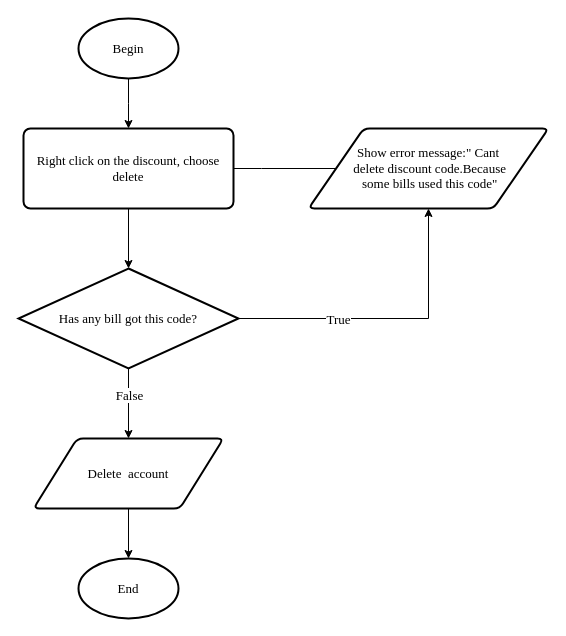
This is page "Delete Code" (2 of 5) of document/diagram/flowchart.drawio from daomtthuan/do-an, a draw.io file, before an edit. Source tidied: cells renumbered, new cells numbered last; positions are measured from the earlier drawing's top-left corner, leaving out a move shared by most shapes. Both pictures are drawn from the tidied source at 100%, with x=0, y=0 at pixel (18, 18).
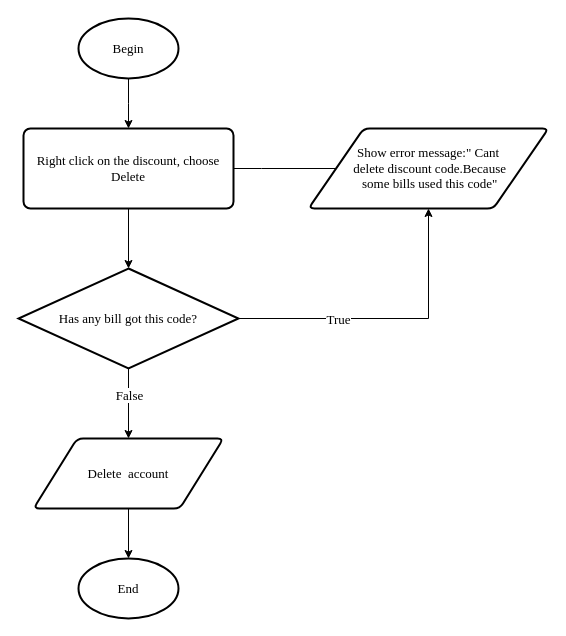
The same page after the edit.

Diff of the diagram source:
```diff
@@
 <mxGraphModel>
   <root>
     <mxCell id="0" />
     <mxCell id="1" parent="0" />
     <mxCell id="2" style="edgeStyle=orthogonalEdgeStyle;rounded=0;jettySize=auto;html=1;exitX=0.5;exitY=1;exitDx=0;exitDy=0;exitPerimeter=0;entryX=0.5;entryY=0;entryDx=0;entryDy=0;fontFamily=Times New Roman;fontSize=13;" parent="1" edge="1" source="3">
       <mxGeometry relative="1" as="geometry">
         <mxPoint x="110" y="110" as="targetPoint" />
       </mxGeometry>
     </mxCell>
     <mxCell id="3" value="Begin" style="strokeWidth=2;html=1;shape=mxgraph.flowchart.start_1;whiteSpace=wrap;fontFamily=Times New Roman;fontSize=13;" parent="1" vertex="1">
       <mxGeometry x="60" width="100" height="60" as="geometry" />
     </mxCell>
     <mxCell id="4" style="edgeStyle=orthogonalEdgeStyle;rounded=0;jettySize=auto;html=1;exitX=0.5;exitY=1;exitDx=0;exitDy=0;fontFamily=Times New Roman;fontSize=13;" parent="1" edge="1" source="15" target="14">
       <mxGeometry relative="1" as="geometry" />
     </mxCell>
     <mxCell id="5" style="edgeStyle=orthogonalEdgeStyle;rounded=0;jettySize=auto;html=1;exitX=0.5;exitY=1;exitDx=0;exitDy=0;entryX=0.5;entryY=0;entryDx=0;entryDy=0;entryPerimeter=0;fontFamily=Times New Roman;fontSize=13;" parent="1" edge="1" source="6" target="9">
       <mxGeometry relative="1" as="geometry" />
     </mxCell>
     <mxCell id="6" value="Delete&amp;nbsp; account" style="shape=parallelogram;html=1;strokeWidth=2;perimeter=parallelogramPerimeter;whiteSpace=wrap;rounded=1;arcSize=12;size=0.23;fontFamily=Times New Roman;fontSize=13;" parent="1" vertex="1">
       <mxGeometry x="15" y="420" width="190" height="70" as="geometry" />
     </mxCell>
     <mxCell id="7" style="edgeStyle=orthogonalEdgeStyle;rounded=0;jettySize=auto;html=1;exitX=0;exitY=0.5;exitDx=0;exitDy=0;entryX=1;entryY=0.5;entryDx=0;entryDy=0;fontFamily=Times New Roman;fontSize=13;" parent="1" edge="1" source="8">
       <mxGeometry relative="1" as="geometry">
         <mxPoint x="195" y="150" as="targetPoint" />
       </mxGeometry>
     </mxCell>
     <mxCell id="8" value="Show error message:&quot; Cant&lt;br&gt;&amp;nbsp;delete&amp;nbsp;discount code.Because&lt;br&gt;&amp;nbsp;some&amp;nbsp;bills used this code&quot;" style="shape=parallelogram;html=1;strokeWidth=2;perimeter=parallelogramPerimeter;whiteSpace=wrap;rounded=1;arcSize=12;size=0.23;fontFamily=Times New Roman;fontSize=13;" parent="1" vertex="1">
       <mxGeometry x="290" y="110" width="240" height="80" as="geometry" />
     </mxCell>
     <mxCell id="9" value="End" style="strokeWidth=2;html=1;shape=mxgraph.flowchart.start_1;whiteSpace=wrap;fontFamily=Times New Roman;fontSize=13;" parent="1" vertex="1">
       <mxGeometry x="60" y="540" width="100" height="60" as="geometry" />
     </mxCell>
     <mxCell id="10" style="edgeStyle=orthogonalEdgeStyle;rounded=0;jettySize=auto;html=1;fontFamily=Times New Roman;fontSize=13;entryX=0.5;entryY=0;entryDx=0;entryDy=0;" parent="1" edge="1" source="14" target="6">
       <mxGeometry relative="1" as="geometry" />
     </mxCell>
     <mxCell id="11" value="False" style="text;html=1;align=center;verticalAlign=middle;labelBackgroundColor=#ffffff;fontSize=13;fontFamily=Times New Roman;" parent="10" vertex="1">
       <mxGeometry x="-0.27" relative="1" as="geometry" />
     </mxCell>
     <mxCell id="12" style="edgeStyle=orthogonalEdgeStyle;rounded=0;jettySize=auto;html=1;exitX=1;exitY=0.5;exitDx=0;exitDy=0;exitPerimeter=0;entryX=0.5;entryY=1;entryDx=0;entryDy=0;fontFamily=Times New Roman;fontSize=13;" parent="1" edge="1" source="14" target="8">
       <mxGeometry relative="1" as="geometry" />
     </mxCell>
     <mxCell id="13" value="True" style="text;html=1;align=center;verticalAlign=middle;labelBackgroundColor=#ffffff;fontSize=13;fontFamily=Times New Roman;" parent="12" vertex="1">
       <mxGeometry x="-0.34" relative="1" as="geometry" />
     </mxCell>
     <mxCell id="14" value="Has any bill got this code?" style="strokeWidth=2;html=1;shape=mxgraph.flowchart.decision;whiteSpace=wrap;fontFamily=Times New Roman;fontSize=13;" parent="1" vertex="1">
       <mxGeometry y="250" width="220" height="100" as="geometry" />
     </mxCell>
-    <mxCell id="15" value="Right click on the discount, choose delete" style="rounded=1;whiteSpace=wrap;html=1;absoluteArcSize=1;arcSize=14;strokeWidth=2;fontFamily=Times New Roman;fontSize=13;" parent="1" vertex="1">
+    <mxCell id="15" value="Right click on the discount, choose Delete" style="rounded=1;whiteSpace=wrap;html=1;absoluteArcSize=1;arcSize=14;strokeWidth=2;fontFamily=Times New Roman;fontSize=13;" parent="1" vertex="1">
       <mxGeometry x="5" y="110" width="210" height="80" as="geometry" />
     </mxCell>
   </root>
 </mxGraphModel>
```
